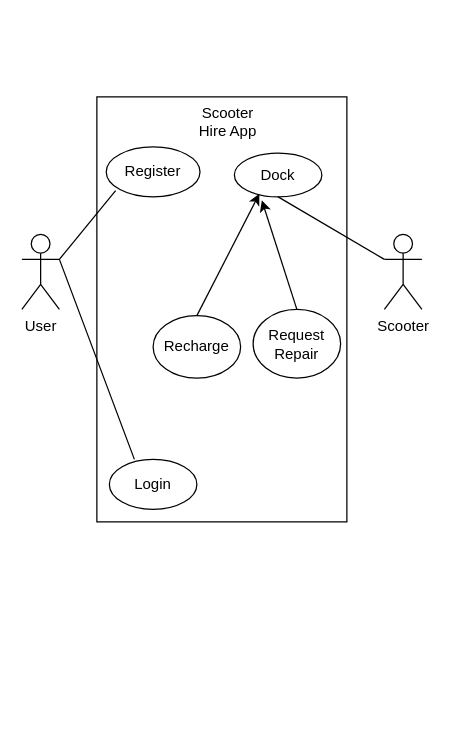
This is case.drawio from rachelbyte/scooter-project, a draw.io file, before an edit. Source tidied: cells renumbered, new cells numbered last; positions are measured from the earlier drawing's top-left corner, leaving out a move shared by most shapes. Both pictures are drawn from the tidied source at 125%, with x=0, y=0 at pixel (21, 96).
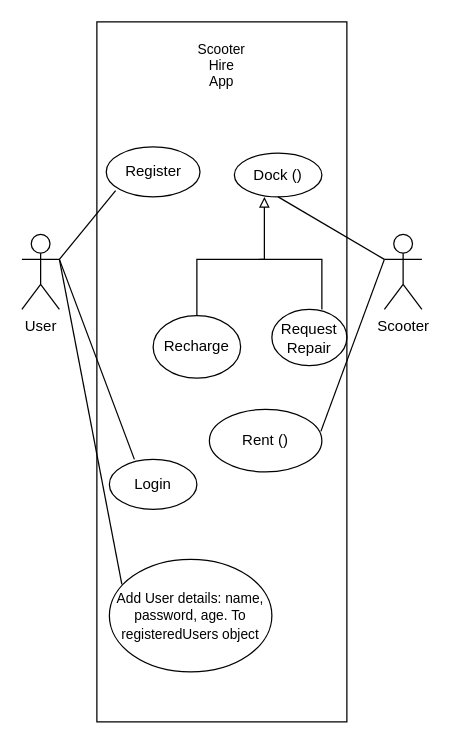
After the change.

The edit, as a diff of the source:
```diff
@@
     <mxCell id="4" style="rounded=0;whiteSpace=wrap;html=1;fillColor=none;" parent="1" vertex="1">
-      <mxGeometry x="60" width="200" height="340" as="geometry" />
+      <mxGeometry x="60" y="-60" width="200" height="560" as="geometry" />
     </mxCell>
-    <mxCell id="5" value="Scooter Hire App" style="text;html=1;strokeColor=none;fillColor=none;align=center;verticalAlign=middle;whiteSpace=wrap;rounded=0;" parent="1" vertex="1">
-      <mxGeometry x="135" y="10" width="60" height="20" as="geometry" />
-    </mxCell>
-    <mxCell id="6" style="ellipse;whiteSpace=wrap;html=1;fillColor=none;" parent="1" vertex="1">
+    <mxCell id="6" value="Register" style="ellipse;whiteSpace=wrap;html=1;fillColor=none;" parent="1" vertex="1">
       <mxGeometry x="67.5" y="40" width="75" height="40" as="geometry" />
     </mxCell>
-    <mxCell id="7" value="Register" style="text;html=1;strokeColor=none;fillColor=none;align=center;verticalAlign=middle;whiteSpace=wrap;rounded=0;" parent="1" vertex="1">
-      <mxGeometry x="75" y="45" width="60" height="30" as="geometry" />
-    </mxCell>
-    <mxCell id="8" style="ellipse;whiteSpace=wrap;html=1;fillColor=none;" parent="1" vertex="1">
+    <mxCell id="8" value="Login" style="ellipse;whiteSpace=wrap;html=1;fillColor=none;" parent="1" vertex="1">
       <mxGeometry x="70" y="290" width="70" height="40" as="geometry" />
     </mxCell>
-    <mxCell id="9" value="Login" style="text;html=1;strokeColor=none;fillColor=none;align=center;verticalAlign=middle;whiteSpace=wrap;rounded=0;" parent="1" vertex="1">
-      <mxGeometry x="75" y="295" width="60" height="30" as="geometry" />
-    </mxCell>
-    <mxCell id="10" style="ellipse;whiteSpace=wrap;html=1;fillColor=none;" parent="1" vertex="1">
+    <mxCell id="10" value="Dock ()" style="ellipse;whiteSpace=wrap;html=1;fillColor=none;" parent="1" vertex="1">
       <mxGeometry x="170" y="45" width="70" height="35" as="geometry" />
     </mxCell>
-    <mxCell id="11" value="Dock" style="text;html=1;strokeColor=none;fillColor=none;align=center;verticalAlign=middle;whiteSpace=wrap;rounded=0;" parent="1" vertex="1">
-      <mxGeometry x="175" y="47.5" width="60" height="30" as="geometry" />
-    </mxCell>
-    <mxCell id="12" style="ellipse;whiteSpace=wrap;html=1;fillColor=none;" parent="1" vertex="1">
+    <mxCell id="12" value="Recharge" style="ellipse;whiteSpace=wrap;html=1;fillColor=none;" parent="1" vertex="1">
       <mxGeometry x="105" y="175" width="70" height="50" as="geometry" />
     </mxCell>
-    <mxCell id="13" value="Recharge" style="text;html=1;strokeColor=none;fillColor=none;align=center;verticalAlign=middle;whiteSpace=wrap;rounded=0;" parent="1" vertex="1">
-      <mxGeometry x="110" y="185" width="60" height="30" as="geometry" />
-    </mxCell>
-    <mxCell id="14" style="ellipse;whiteSpace=wrap;html=1;fillColor=none;" parent="1" vertex="1">
-      <mxGeometry x="185" y="170" width="70" height="55" as="geometry" />
+    <mxCell id="14" value="Request Repair" style="ellipse;whiteSpace=wrap;html=1;fillColor=none;" parent="1" vertex="1">
+      <mxGeometry x="200" y="170" width="60" height="45" as="geometry" />
     </mxCell>
-    <mxCell id="15" value="Request&lt;br&gt;Repair" style="text;html=1;strokeColor=none;fillColor=none;align=center;verticalAlign=middle;whiteSpace=wrap;rounded=0;" parent="1" vertex="1">
-      <mxGeometry x="190" y="182.5" width="60" height="30" as="geometry" />
-    </mxCell>
-    <mxCell id="16" style="endArrow=none;html=1;rounded=0;entryX=0;entryY=1;entryDx=0;entryDy=0;" parent="1" edge="1" target="7">
+    <mxCell id="16" style="endArrow=none;html=1;rounded=0;entryX=0;entryY=1;entryDx=0;entryDy=0;" parent="1" edge="1">
       <mxGeometry relative="1" as="geometry">
         <mxPoint x="30" y="130" as="sourcePoint" />
+        <mxPoint x="75" y="75" as="targetPoint" />
       </mxGeometry>
     </mxCell>
@@
-    <mxCell id="19" style="endArrow=classic;html=1;rounded=0;exitX=0.5;exitY=0;exitDx=0;exitDy=0;entryX=0.25;entryY=1;entryDx=0;entryDy=0;" parent="1" edge="1" source="12" target="11">
-      <mxGeometry relative="1" as="geometry" />
-    </mxCell>
-    <mxCell id="20" style="endArrow=classic;html=1;rounded=0;exitX=0.5;exitY=0;exitDx=0;exitDy=0;entryX=0.314;entryY=1.08;entryDx=0;entryDy=0;entryPerimeter=0;" parent="1" edge="1" source="14" target="10">
-      <mxGeometry relative="1" as="geometry" />
-    </mxCell>
+    <mxCell id="21" value="&lt;font style=&quot;font-size: 11px;&quot;&gt;Add User details: name, password, age. To registeredUsers object&lt;/font&gt;" style="ellipse;whiteSpace=wrap;html=1;" parent="1" vertex="1">
+      <mxGeometry x="70" y="370" width="130" height="90" as="geometry" />
+    </mxCell>
+    <mxCell id="22" style="endArrow=none;html=1;rounded=0;fontSize=10;" parent="1" edge="1">
+      <mxGeometry relative="1" as="geometry">
+        <mxPoint x="30" y="130" as="sourcePoint" />
+        <mxPoint x="80" y="390" as="targetPoint" />
+      </mxGeometry>
+    </mxCell>
+    <mxCell id="23" value="&lt;font style=&quot;font-size: 12px;&quot;&gt;Rent ()&lt;/font&gt;" style="ellipse;whiteSpace=wrap;html=1;fontSize=10;" parent="1" vertex="1">
+      <mxGeometry x="150" y="250" width="90" height="50" as="geometry" />
+    </mxCell>
+    <mxCell id="24" style="endArrow=none;html=1;rounded=0;fontSize=11;exitX=0.991;exitY=0.352;exitDx=0;exitDy=0;exitPerimeter=0;" parent="1" edge="1" source="23">
+      <mxGeometry relative="1" as="geometry">
+        <mxPoint x="290" y="130" as="targetPoint" />
+      </mxGeometry>
+    </mxCell>
+    <mxCell id="5" value="Scooter Hire&lt;br&gt;App" style="text;html=1;strokeColor=none;fillColor=none;align=center;verticalAlign=middle;whiteSpace=wrap;rounded=0;fontSize=11;" parent="1" vertex="1">
+      <mxGeometry x="130" y="-40" width="60" height="30" as="geometry" />
+    </mxCell>
+    <mxCell id="25" style="endArrow=block;html=1;rounded=0;fontSize=11;edgeStyle=elbowEdgeStyle;elbow=vertical;endFill=0;" parent="1" edge="1">
+      <mxGeometry relative="1" as="geometry">
+        <mxPoint x="140" y="175" as="sourcePoint" />
+        <mxPoint x="194" y="80" as="targetPoint" />
+        <Array as="points">
+          <mxPoint x="170" y="130" />
+        </Array>
+      </mxGeometry>
+    </mxCell>
+    <mxCell id="26" style="endArrow=none;html=1;rounded=0;fontSize=11;edgeStyle=elbowEdgeStyle;endFill=0;" parent="1" edge="1">
+      <mxGeometry relative="1" as="geometry">
+        <mxPoint x="240" y="170" as="sourcePoint" />
+        <mxPoint x="190" y="130" as="targetPoint" />
+        <Array as="points">
+          <mxPoint x="240" y="150" />
+        </Array>
+      </mxGeometry>
+    </mxCell>
```
